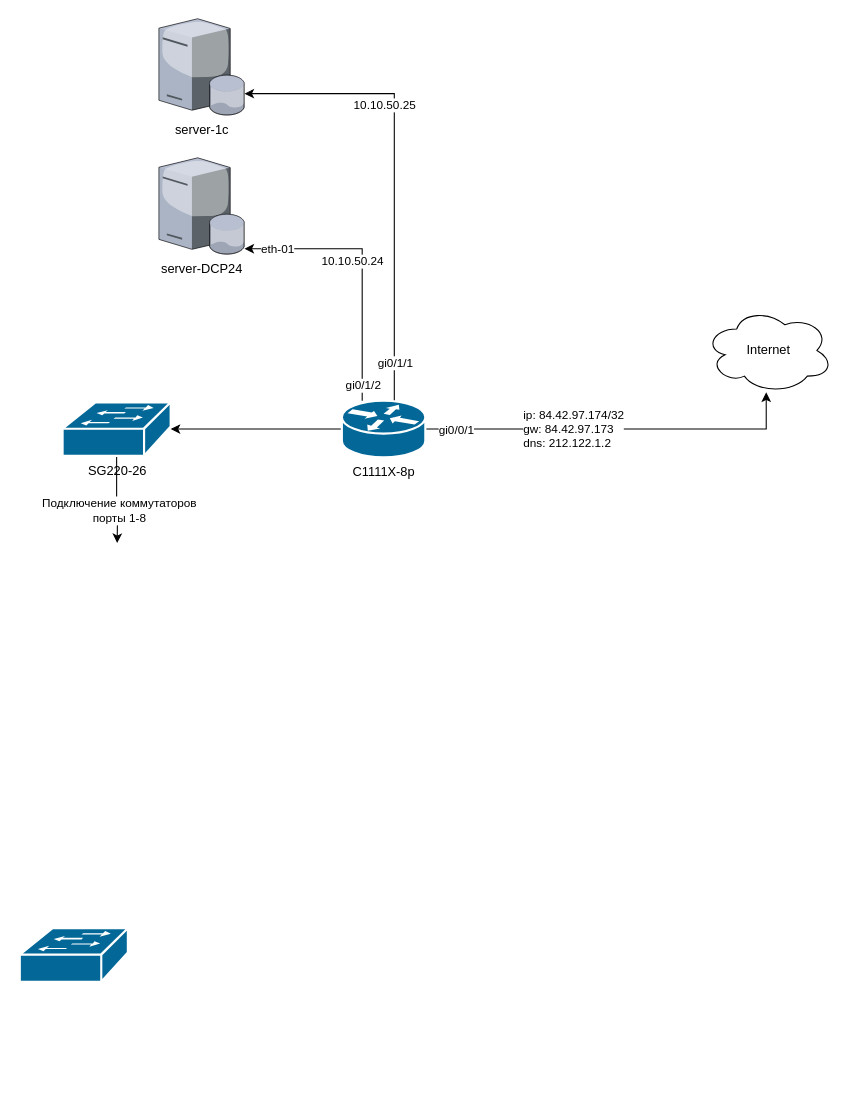
This is network-map.drawio from lex1010011010/kino-khv, a draw.io file, before an edit. Source tidied: cells renumbered, new cells numbered last; positions are measured from the earlier drawing's top-left corner, leaving out a move shared by most shapes. Both pictures are drawn from the tidied source at 107%, with x=0, y=0 at pixel (19, 18).
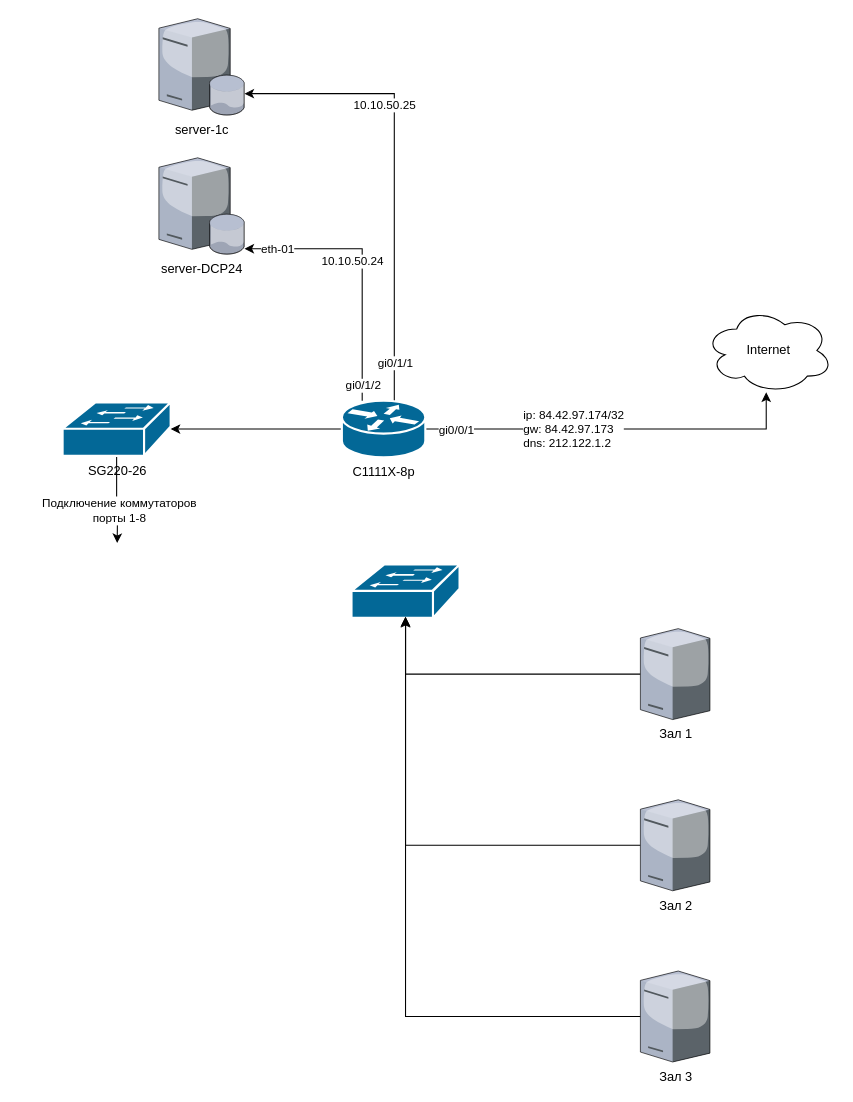
The same page after the edit.

Change to the diagram source:
```diff
@@
     <mxCell id="17" style="shape=mxgraph.cisco.switches.workgroup_switch;sketch=0;html=1;dashed=0;fillColor=#036897;strokeColor=#ffffff;strokeWidth=2;verticalLabelPosition=bottom;verticalAlign=top;align=center;outlineConnect=0;" parent="1" vertex="1">
-      <mxGeometry y="850" width="101" height="50" as="geometry" />
+      <mxGeometry x="310" y="510" width="101" height="50" as="geometry" />
     </mxCell>
@@
+    <mxCell id="21" style="edgeStyle=orthogonalEdgeStyle;rounded=0;jettySize=auto;html=1;entryX=0.5;entryY=0.98;entryDx=0;entryDy=0;entryPerimeter=0;" parent="1" edge="1" source="22" target="17">
+      <mxGeometry relative="1" as="geometry">
+        <Array as="points">
+          <mxPoint x="361" y="613" />
+          <mxPoint x="361" y="559" />
+        </Array>
+      </mxGeometry>
+    </mxCell>
+    <mxCell id="22" value="Зал 1" style="verticalLabelPosition=bottom;sketch=0;html=1;verticalAlign=top;strokeColor=none;align=center;outlineConnect=0;shape=mxgraph.citrix.tower_server;" parent="1" vertex="1">
+      <mxGeometry x="580" y="570" width="65" height="85" as="geometry" />
+    </mxCell>
+    <mxCell id="23" style="edgeStyle=orthogonalEdgeStyle;rounded=0;jettySize=auto;html=1;entryX=0.5;entryY=0.98;entryDx=0;entryDy=0;entryPerimeter=0;" parent="1" edge="1" source="24" target="17">
+      <mxGeometry relative="1" as="geometry" />
+    </mxCell>
+    <mxCell id="24" value="Зал 2" style="verticalLabelPosition=bottom;sketch=0;html=1;verticalAlign=top;strokeColor=none;align=center;outlineConnect=0;shape=mxgraph.citrix.tower_server;" parent="1" vertex="1">
+      <mxGeometry x="580" y="730" width="65" height="85" as="geometry" />
+    </mxCell>
+    <mxCell id="25" style="edgeStyle=orthogonalEdgeStyle;rounded=0;jettySize=auto;html=1;" parent="1" edge="1" source="26" target="17">
+      <mxGeometry relative="1" as="geometry" />
+    </mxCell>
+    <mxCell id="26" value="Зал 3" style="verticalLabelPosition=bottom;sketch=0;html=1;verticalAlign=top;strokeColor=none;align=center;outlineConnect=0;shape=mxgraph.citrix.tower_server;" parent="1" vertex="1">
+      <mxGeometry x="580" y="890" width="65" height="85" as="geometry" />
+    </mxCell>
```
